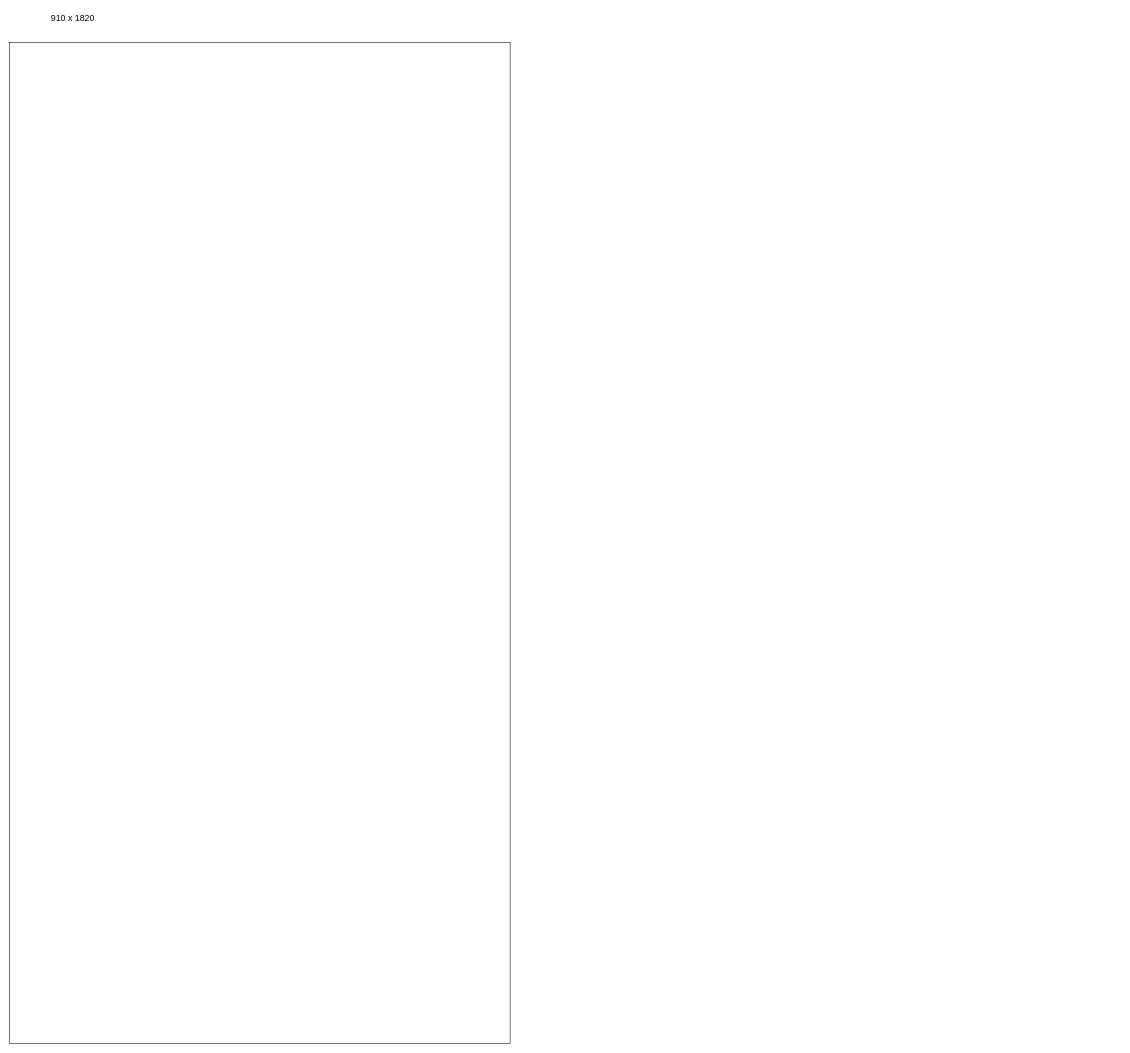
Earlier version of the draw.io diagram misc/名称未設定ファイル.drawio (naoyafurudono/naoyafurudono.github.io). Source tidied: cells renumbered, new cells numbered last; positions are measured from the earlier drawing's top-left corner, leaving out a move shared by most shapes. Both pictures are drawn from the tidied source at 55%, with x=0, y=0 at pixel (9, 9).
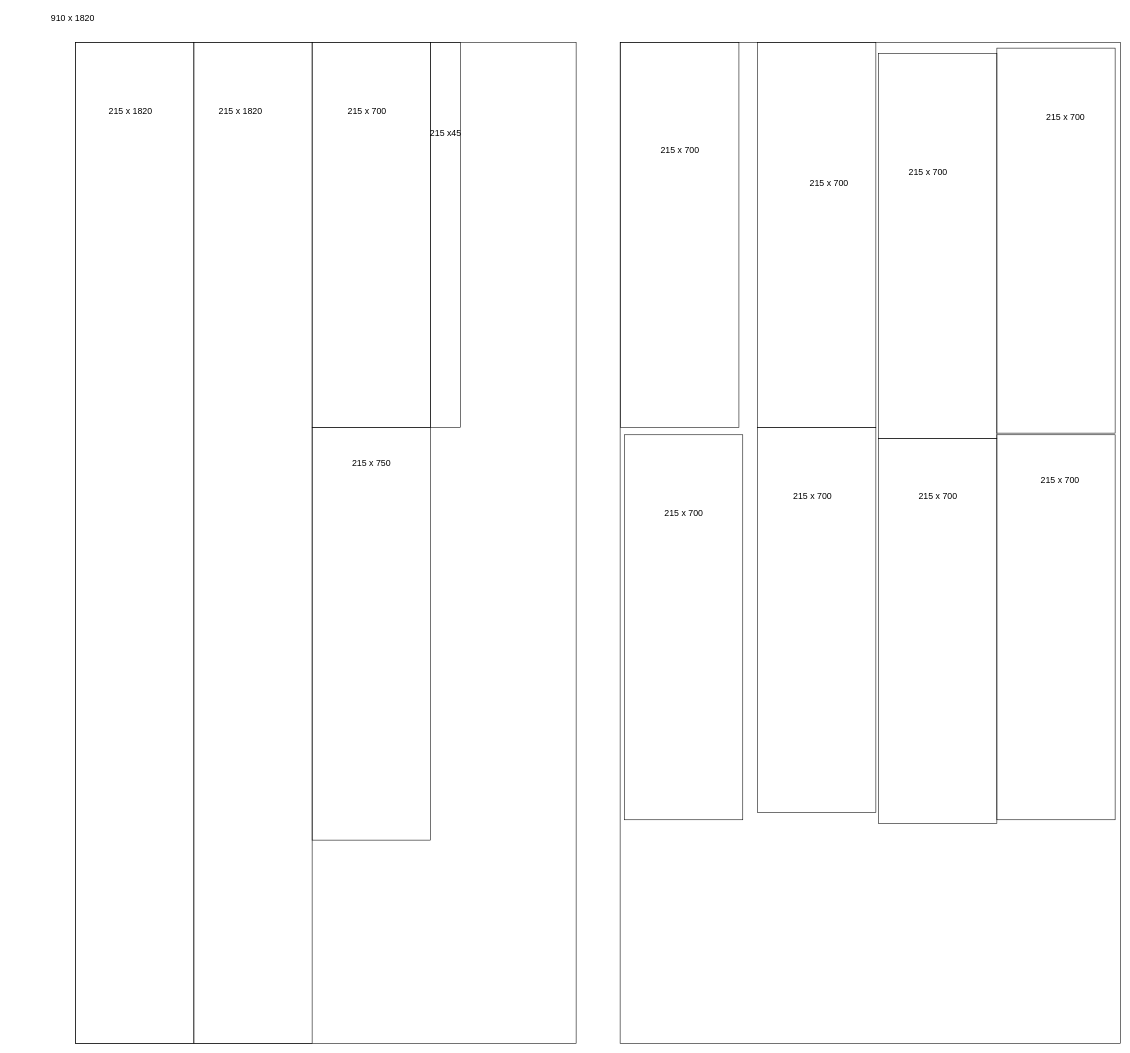
The same page after the edit.

Commit message (it also covers changes not shown here):
名称未設定ファイル.drawio を更新します

The edit, as a diff of the source:
```diff
@@
-    <mxCell id="2" style="rounded=0;whiteSpace=wrap;html=1;" parent="1" vertex="1">
-      <mxGeometry y="60" width="910" height="1820" as="geometry" />
+    <mxCell id="2" style="rounded=0;whiteSpace=wrap;html=1;fillColor=none;" parent="1" vertex="1">
+      <mxGeometry x="120" y="60" width="910" height="1820" as="geometry" />
     </mxCell>
@@
+    <mxCell id="4" style="rounded=0;whiteSpace=wrap;html=1;fillColor=none;" parent="1" vertex="1">
+      <mxGeometry x="120" y="60" width="215" height="1820" as="geometry" />
+    </mxCell>
+    <mxCell id="5" style="rounded=0;whiteSpace=wrap;html=1;fillColor=none;" parent="1" vertex="1">
+      <mxGeometry x="335" y="60" width="215" height="1820" as="geometry" />
+    </mxCell>
+    <mxCell id="6" style="rounded=0;whiteSpace=wrap;html=1;fillColor=none;" parent="1" vertex="1">
+      <mxGeometry x="550" y="760" width="215" height="750" as="geometry" />
+    </mxCell>
+    <mxCell id="7" style="rounded=0;whiteSpace=wrap;html=1;fillColor=none;" parent="1" vertex="1">
+      <mxGeometry x="1795" y="773" width="215" height="700" as="geometry" />
+    </mxCell>
+    <mxCell id="8" style="rounded=0;whiteSpace=wrap;html=1;fillColor=none;" parent="1" vertex="1">
+      <mxGeometry x="550" y="60" width="215" height="700" as="geometry" />
+    </mxCell>
+    <mxCell id="9" style="rounded=0;whiteSpace=wrap;html=1;fillColor=none;" parent="1" vertex="1">
+      <mxGeometry x="1795" y="70" width="215" height="700" as="geometry" />
+    </mxCell>
+    <mxCell id="10" style="rounded=0;whiteSpace=wrap;html=1;fillColor=none;" parent="1" vertex="1">
+      <mxGeometry x="1110" y="60" width="910" height="1820" as="geometry" />
+    </mxCell>
+    <mxCell id="11" style="rounded=0;whiteSpace=wrap;html=1;fillColor=none;" parent="1" vertex="1">
+      <mxGeometry x="1118" y="773" width="215" height="700" as="geometry" />
+    </mxCell>
+    <mxCell id="12" style="rounded=0;whiteSpace=wrap;html=1;fillColor=none;" parent="1" vertex="1">
+      <mxGeometry x="1111" y="60" width="215" height="700" as="geometry" />
+    </mxCell>
+    <mxCell id="13" style="rounded=0;whiteSpace=wrap;html=1;fillColor=none;" parent="1" vertex="1">
+      <mxGeometry x="1360" y="760" width="215" height="700" as="geometry" />
+    </mxCell>
+    <mxCell id="14" style="rounded=0;whiteSpace=wrap;html=1;fillColor=none;" parent="1" vertex="1">
+      <mxGeometry x="1360" y="60" width="215" height="700" as="geometry" />
+    </mxCell>
+    <mxCell id="15" style="rounded=0;whiteSpace=wrap;html=1;fillColor=none;" parent="1" vertex="1">
+      <mxGeometry x="1580" y="780" width="215" height="700" as="geometry" />
+    </mxCell>
+    <mxCell id="16" style="rounded=0;whiteSpace=wrap;html=1;fillColor=none;" parent="1" vertex="1">
+      <mxGeometry x="1580" y="80" width="215" height="700" as="geometry" />
+    </mxCell>
+    <mxCell id="17" style="rounded=0;whiteSpace=wrap;html=1;fillColor=none;" parent="1" vertex="1">
+      <mxGeometry x="765" y="60" width="55" height="700" as="geometry" />
+    </mxCell>
+    <mxCell id="18" value="215 x 1820" style="text;html=1;align=center;verticalAlign=middle;whiteSpace=wrap;rounded=0;fontSize=16;" parent="1" vertex="1">
+      <mxGeometry x="170" y="170" width="100" height="30" as="geometry" />
+    </mxCell>
+    <mxCell id="19" value="215 x 1820" style="text;html=1;align=center;verticalAlign=middle;whiteSpace=wrap;rounded=0;fontSize=16;" parent="1" vertex="1">
+      <mxGeometry x="370" y="170" width="100" height="30" as="geometry" />
+    </mxCell>
+    <mxCell id="20" value="215 x 700" style="text;html=1;align=center;verticalAlign=middle;whiteSpace=wrap;rounded=0;fontSize=16;" parent="1" vertex="1">
+      <mxGeometry x="600" y="170" width="100" height="30" as="geometry" />
+    </mxCell>
+    <mxCell id="21" value="215 x 750" style="text;html=1;align=center;verticalAlign=middle;whiteSpace=wrap;rounded=0;fontSize=16;" parent="1" vertex="1">
+      <mxGeometry x="607.5" y="810" width="100" height="30" as="geometry" />
+    </mxCell>
+    <mxCell id="22" value="215 x45" style="text;html=1;align=center;verticalAlign=middle;whiteSpace=wrap;rounded=0;fontSize=16;" parent="1" vertex="1">
+      <mxGeometry x="742.5" y="210" width="100" height="30" as="geometry" />
+    </mxCell>
+    <mxCell id="23" value="215 x 700" style="text;html=1;align=center;verticalAlign=middle;whiteSpace=wrap;rounded=0;fontSize=16;" parent="1" vertex="1">
+      <mxGeometry x="1168.5" y="240" width="100" height="30" as="geometry" />
+    </mxCell>
+    <mxCell id="24" value="215 x 700" style="text;html=1;align=center;verticalAlign=middle;whiteSpace=wrap;rounded=0;fontSize=16;" parent="1" vertex="1">
+      <mxGeometry x="1175.5" y="900" width="100" height="30" as="geometry" />
+    </mxCell>
+    <mxCell id="25" value="215 x 700" style="text;html=1;align=center;verticalAlign=middle;whiteSpace=wrap;rounded=0;fontSize=16;" parent="1" vertex="1">
+      <mxGeometry x="1440" y="300" width="100" height="30" as="geometry" />
+    </mxCell>
+    <mxCell id="26" value="215 x 700" style="text;html=1;align=center;verticalAlign=middle;whiteSpace=wrap;rounded=0;fontSize=16;" parent="1" vertex="1">
+      <mxGeometry x="1410" y="870" width="100" height="30" as="geometry" />
+    </mxCell>
+    <mxCell id="27" value="215 x 700" style="text;html=1;align=center;verticalAlign=middle;whiteSpace=wrap;rounded=0;fontSize=16;" parent="1" vertex="1">
+      <mxGeometry x="1620" y="280" width="100" height="30" as="geometry" />
+    </mxCell>
+    <mxCell id="28" value="215 x 700" style="text;html=1;align=center;verticalAlign=middle;whiteSpace=wrap;rounded=0;fontSize=16;" parent="1" vertex="1">
+      <mxGeometry x="1637.5" y="870" width="100" height="30" as="geometry" />
+    </mxCell>
+    <mxCell id="29" value="215 x 700" style="text;html=1;align=center;verticalAlign=middle;whiteSpace=wrap;rounded=0;fontSize=16;" parent="1" vertex="1">
+      <mxGeometry x="1870" y="180" width="100" height="30" as="geometry" />
+    </mxCell>
+    <mxCell id="30" value="215 x 700" style="text;html=1;align=center;verticalAlign=middle;whiteSpace=wrap;rounded=0;fontSize=16;" parent="1" vertex="1">
+      <mxGeometry x="1860" y="840" width="100" height="30" as="geometry" />
+    </mxCell>
```
